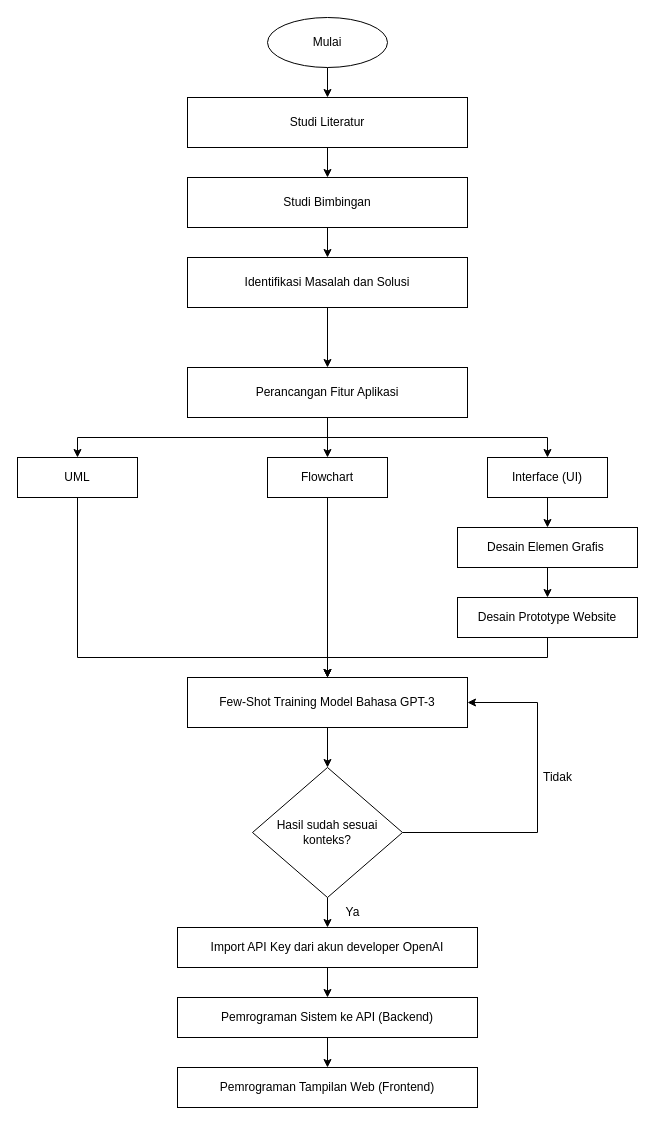
Above: Untitled Diagram.drawio in kairamilanifitria/AIContentGenerator (draw.io), before the change. Source tidied: cells renumbered, new cells numbered last; positions are measured from the earlier drawing's top-left corner, leaving out a move shared by most shapes. Both pictures are drawn from the tidied source at 100%, with x=0, y=0 at pixel (17, 17).
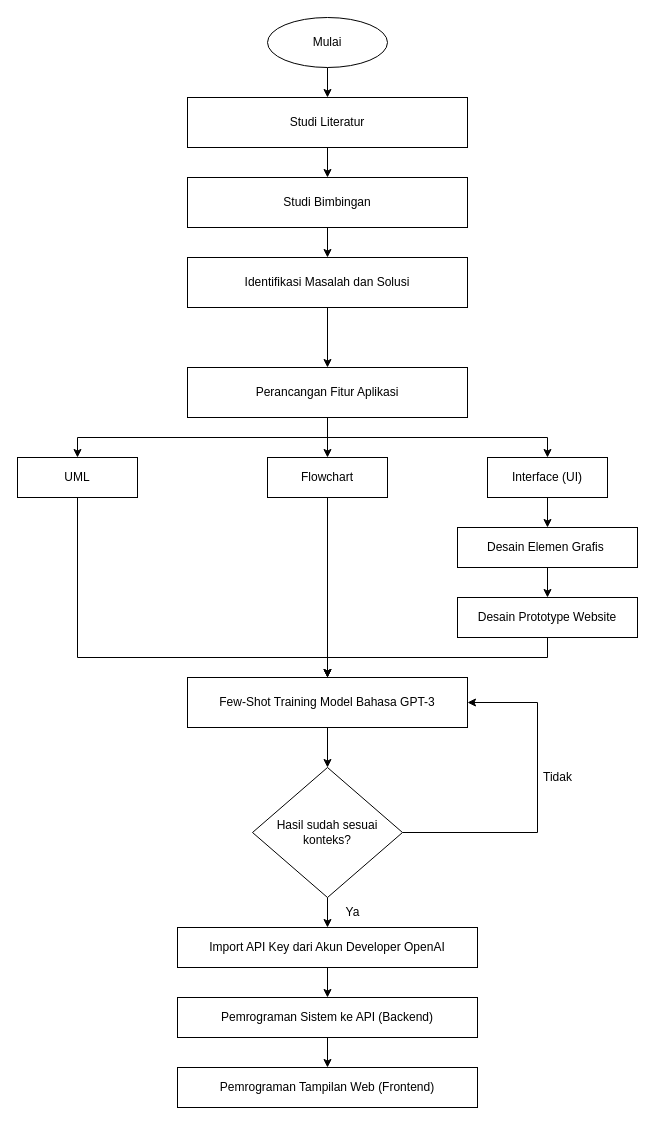
The same diagram, later.

The edit, as a diff of the source:
```diff
@@
-    <mxCell id="31" value="Import API Key dari akun developer OpenAI" style="rounded=0;whiteSpace=wrap;html=1;" parent="1" vertex="1">
+    <mxCell id="31" value="Import API Key dari Akun Developer OpenAI" style="rounded=0;whiteSpace=wrap;html=1;" parent="1" vertex="1">
       <mxGeometry x="160" y="910" width="300" height="40" as="geometry" />
     </mxCell>
```
